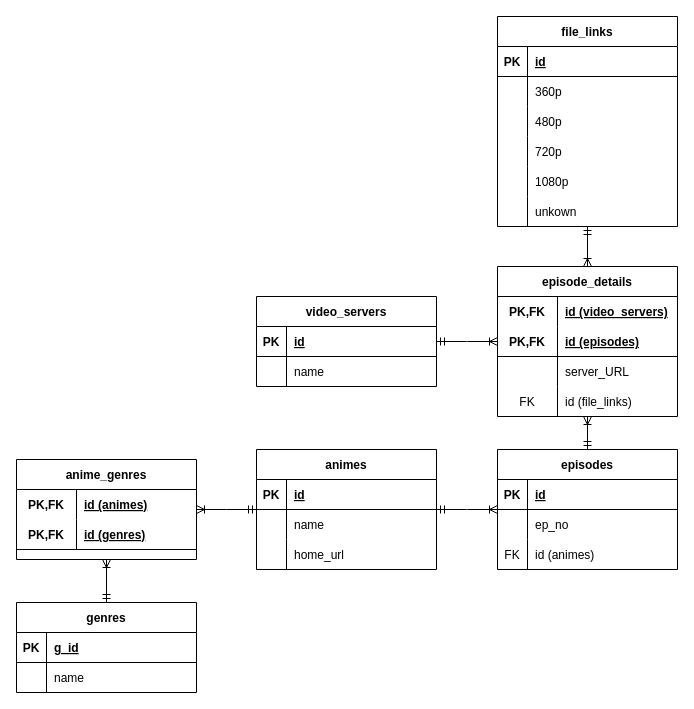
Before: Untitled Diagram.drawio in baqir-rizavi/sad-db, a draw.io diagram. Source tidied: cells renumbered, new cells numbered last; positions are measured from the earlier drawing's top-left corner, leaving out a move shared by most shapes. Both pictures are drawn from the tidied source at 100%, with x=0, y=0 at pixel (16, 16).
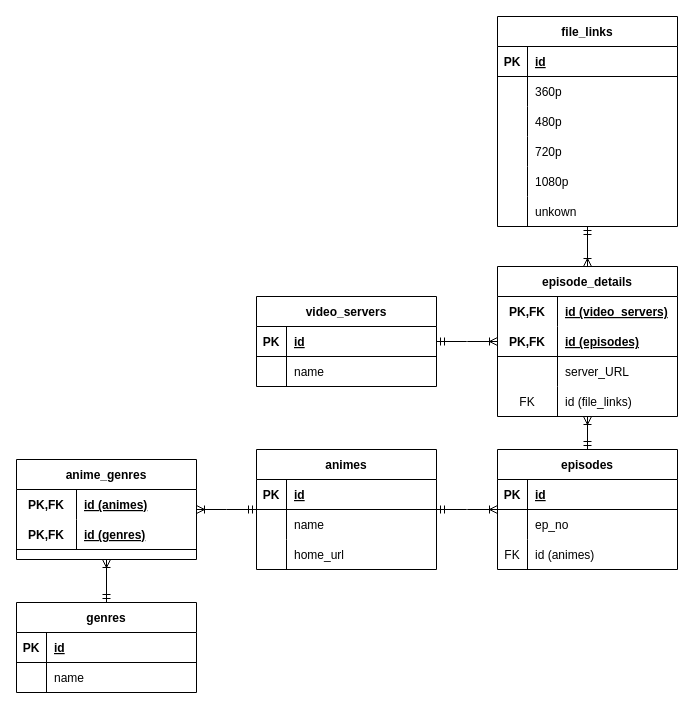
The same page after the edit.

Unchanged cells that the change refers to:
```xml
<mxCell id="66" style="shape=tableRow;horizontal=0;startSize=0;swimlaneHead=0;swimlaneBody=0;fillColor=none;top=0;left=0;right=0;bottom=1;" parent="65" vertex="1">
  <mxGeometry y="30" width="180" height="30" as="geometry" />
</mxCell>
```

What changed in the source:
```diff
@@
-    <mxCell id="68" value="g_id" style="shape=partialRectangle;fillColor=none;top=0;left=0;bottom=0;right=0;align=left;spacingLeft=6;fontStyle=5;overflow=hidden;" parent="66" vertex="1">
+    <mxCell id="68" value="id" style="shape=partialRectangle;fillColor=none;top=0;left=0;bottom=0;right=0;align=left;spacingLeft=6;fontStyle=5;overflow=hidden;" parent="66" vertex="1">
       <mxGeometry x="30" width="150" height="30" as="geometry" />
     </mxCell>
```
